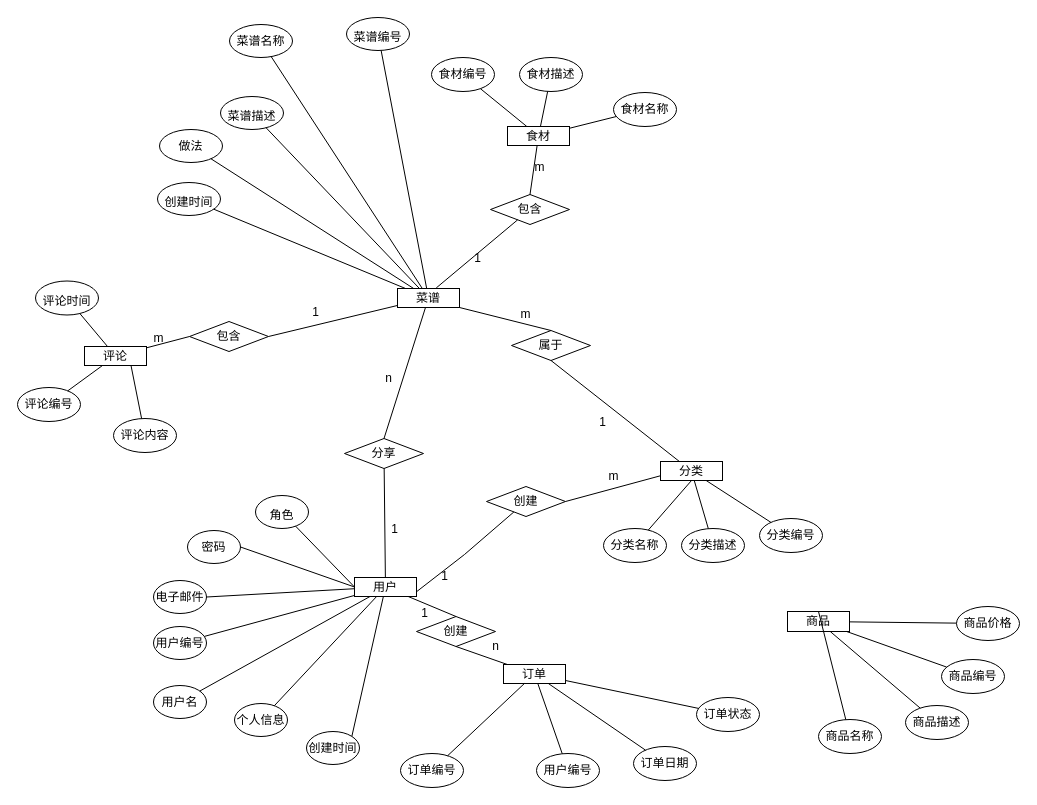
The draw.io diagram 未命名绘图.drawio in kamrider/A1, before the edit. Source tidied: cells renumbered, new cells numbered last; positions are measured from the earlier drawing's top-left corner, leaving out a move shared by most shapes. Both pictures are drawn from the tidied source at 100%, with x=0, y=0 at pixel (17, 17).
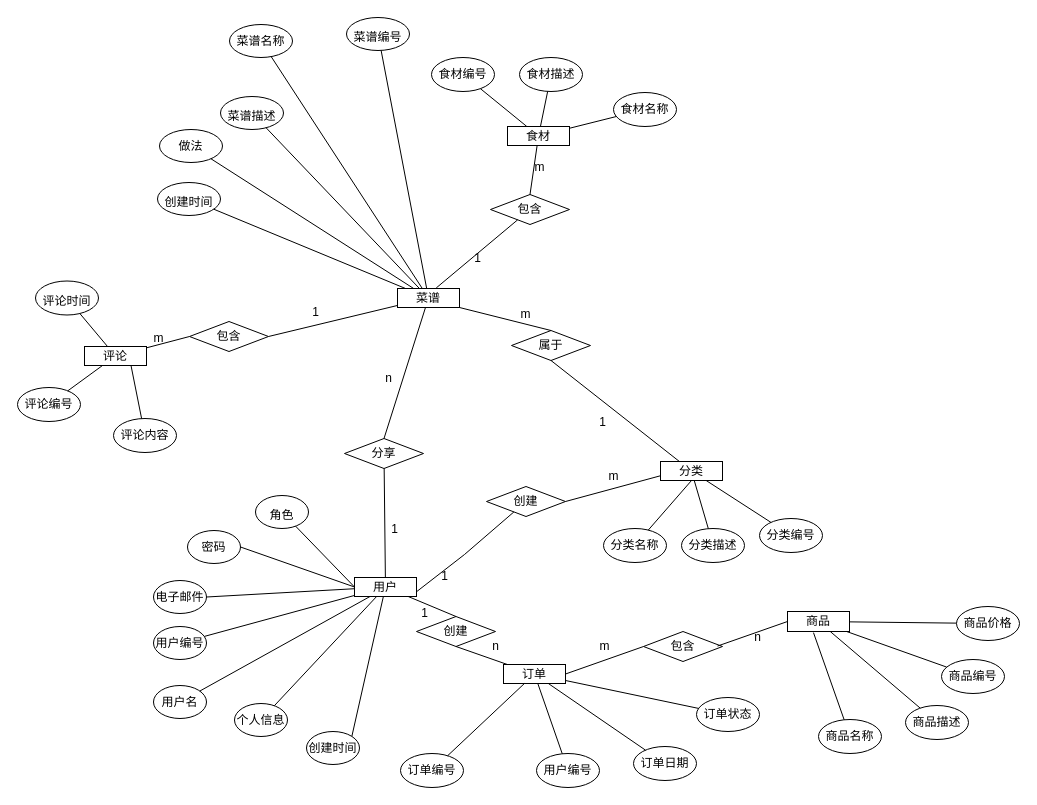
After the change.

Commit message (it also covers changes not shown here):
更新未命名绘图.drawio

The change refers to these unchanged cells:
```xml
<mxCell id="32" value="订单" style="rounded=0;whiteSpace=wrap;html=1;" parent="1" vertex="1">
  <mxGeometry x="486" y="647" width="62" height="19" as="geometry" />
</mxCell>
<mxCell id="33" value="商品" style="rounded=0;whiteSpace=wrap;html=1;" parent="1" vertex="1">
  <mxGeometry x="770" y="594" width="62" height="20" as="geometry" />
</mxCell>
<mxCell id="37" value="商品名称" style="ellipse;whiteSpace=wrap;html=1;" parent="1" vertex="1">
  <mxGeometry x="801" y="702" width="63" height="34" as="geometry" />
</mxCell>
```

Diff of the diagram source:
```diff
@@
-    <mxCell id="79" style="endArrow=none;html=1;rounded=0;exitX=0.5;exitY=0;exitDx=0;exitDy=0;" parent="1" edge="1" source="33" target="37">
+    <mxCell id="79" style="endArrow=none;html=1;rounded=0;exitX=0.419;exitY=1.056;exitDx=0;exitDy=0;exitPerimeter=0;" parent="1" edge="1" source="33" target="37">
       <mxGeometry relative="1" as="geometry" />
     </mxCell>
@@
+    <mxCell id="97" value="包含" style="rhombus;whiteSpace=wrap;html=1;" parent="1" vertex="1">
+      <mxGeometry x="626" y="614" width="79" height="30" as="geometry" />
+    </mxCell>
+    <mxCell id="98" style="endArrow=none;html=1;rounded=0;exitX=1;exitY=0.5;exitDx=0;exitDy=0;entryX=0;entryY=0.5;entryDx=0;entryDy=0;" parent="1" edge="1" source="32" target="97">
+      <mxGeometry relative="1" as="geometry" />
+    </mxCell>
+    <mxCell id="99" style="endArrow=none;html=1;rounded=0;exitX=0.937;exitY=0.485;exitDx=0;exitDy=0;entryX=0;entryY=0.5;entryDx=0;entryDy=0;exitPerimeter=0;" parent="1" edge="1" source="97" target="33">
+      <mxGeometry relative="1" as="geometry" />
+    </mxCell>
+    <mxCell id="100" value="n" style="text;html=1;align=center;verticalAlign=middle;strokeColor=none;fillColor=none;" parent="1" vertex="1">
+      <mxGeometry x="727" y="607" width="25" height="26" as="geometry" />
+    </mxCell>
+    <mxCell id="101" value="m" style="text;html=1;align=center;verticalAlign=middle;strokeColor=none;fillColor=none;" parent="1" vertex="1">
+      <mxGeometry x="573" y="616" width="28" height="26" as="geometry" />
+    </mxCell>
```
